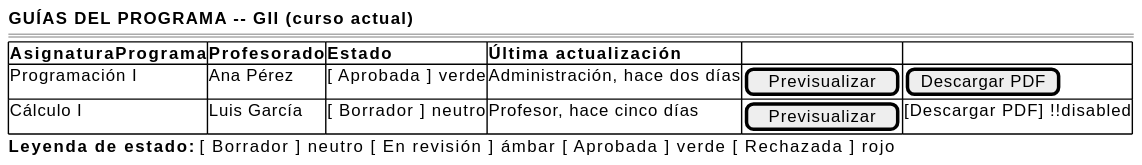
The PlantUML diagram images/RUP/01-requisitos/03-detalle-casos-uso/consultarEstadoGuias/wireframe-admin.svg in mmasias/pyCeldaPublico, before a commit.
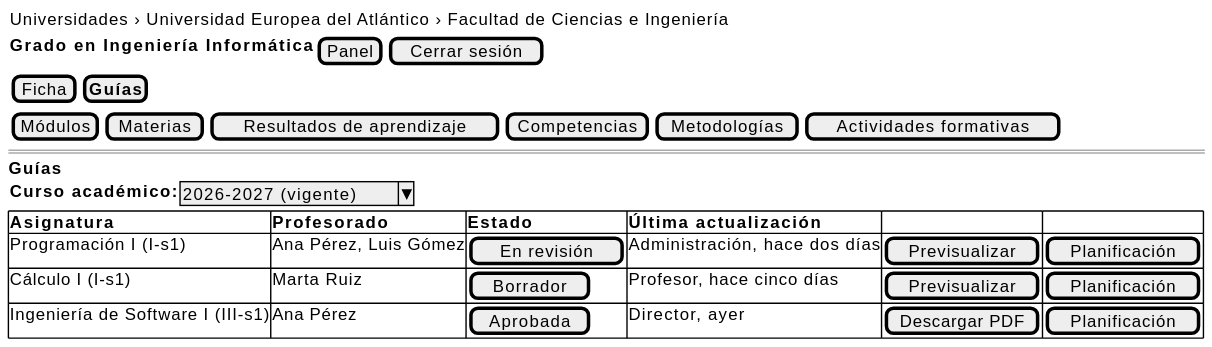
After the change.

The edit, as a diff of the source:
```diff
@@ -1,12 +1,17 @@
 @startsalt consultarEstadoGuias-wireframe-admin
 {
-    <b>GUÍAS DEL PROGRAMA -- GII (curso actual)</b>
+    {Universidades › Universidad Europea del Atlántico › Facultad de Ciencias e Ingeniería}
+    {<b>Grado en Ingeniería Informática</b> | [Panel] | [Cerrar sesión]}
+    {[Ficha] | [<b>Guías</b>]}
+    {[Módulos] | [Materias] | [Resultados de aprendizaje] | [Competencias] | [Metodologías] | [Actividades formativas]}
     ====
+    <b>Guías</b>
+    {<b>Curso académico:</b> | ^2026-2027 (vigente)^}
     {#
-        <b>AsignaturaPrograma | <b>Profesorado | <b>Estado | <b>Última actualización | . | .
-        Programación I | Ana Pérez | [ Aprobada ] verde | Administración, hace dos días | [Previsualizar] | [Descargar PDF]
-        Cálculo I | Luis García | [ Borrador ] neutro | Profesor, hace cinco días | [Previsualizar] | [Descargar PDF] !!disabled
+        <b>Asignatura</b> | <b>Profesorado</b> | <b>Estado</b> | <b>Última actualización</b> | . | .
+        Programación I (I-s1) | Ana Pérez, Luis Gómez | [ En revisión ] | Administración, hace dos días | [Previsualizar] | [Planificación]
+        Cálculo I (I-s1) | Marta Ruiz | [ Borrador ] | Profesor, hace cinco días | [Previsualizar] | [Planificación]
+        Ingeniería de Software I (III-s1) | Ana Pérez | [ Aprobada ] | Director, ayer | [Descargar PDF] | [Planificación]
     }
-    <b>Leyenda de estado:</b> [ Borrador ] neutro   [ En revisión ] ámbar   [ Aprobada ] verde   [ Rechazada ] rojo
 }
 @endsalt
```
